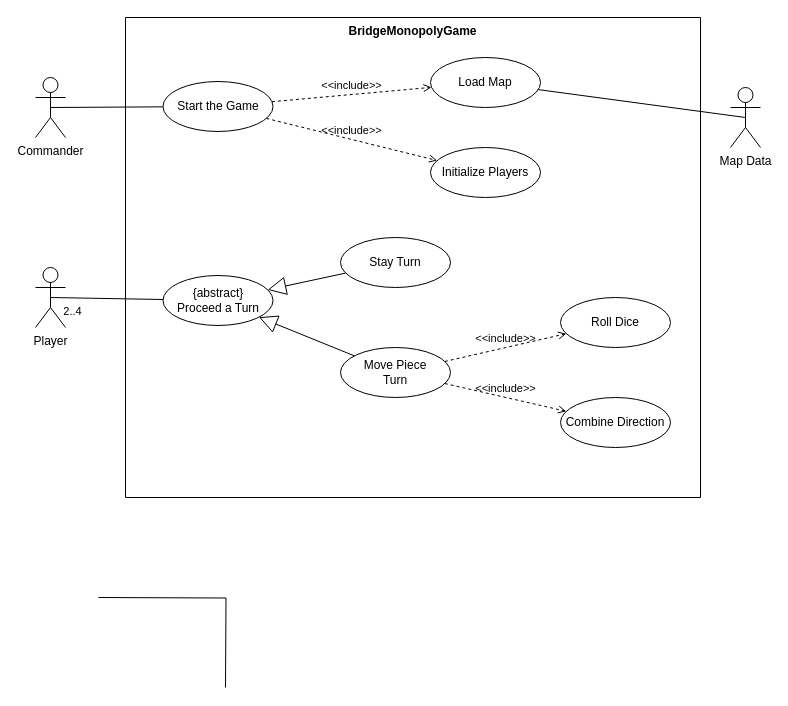
Before: requirements/use_case_model/UseCaseDiagram.drawio in gimangi/Bridge-Monopoly, a draw.io diagram. Source tidied: cells renumbered, new cells numbered last; positions are measured from the earlier drawing's top-left corner, leaving out a move shared by most shapes. Both pictures are drawn from the tidied source at 100%, with x=0, y=0 at pixel (35, 17).
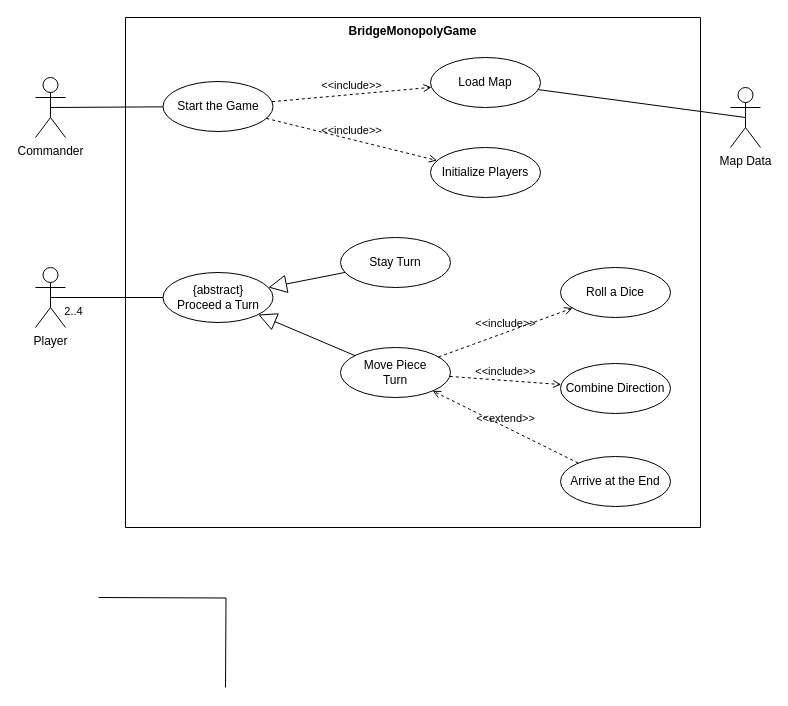
Above is the later version.

The change refers to these unchanged cells:
```xml
<mxCell id="4" value="Move Piece&lt;br&gt;Turn" style="ellipse;whiteSpace=wrap;html=1;" parent="2" vertex="1">
  <mxGeometry x="215" y="330" width="110" height="50" as="geometry" />
</mxCell>
```

Change to the diagram source:
```diff
@@
     <mxCell id="2" value="BridgeMonopolyGame" style="swimlane;startSize=0;verticalAlign=top;" parent="1" vertex="1">
-      <mxGeometry x="90" width="575" height="480" as="geometry" />
+      <mxGeometry x="90" width="575" height="510" as="geometry" />
     </mxCell>
@@
     <mxCell id="6" value="{abstract}&lt;br&gt;Proceed a Turn" style="ellipse;whiteSpace=wrap;html=1;" parent="2" vertex="1">
-      <mxGeometry x="37.5" y="258" width="110" height="50" as="geometry" />
+      <mxGeometry x="37.5" y="255" width="110" height="50" as="geometry" />
     </mxCell>
@@
-    <mxCell id="12" value="Roll Dice" style="ellipse;whiteSpace=wrap;html=1;" parent="2" vertex="1">
-      <mxGeometry x="435" y="280" width="110" height="50" as="geometry" />
+    <mxCell id="12" value="Roll a Dice" style="ellipse;whiteSpace=wrap;html=1;" parent="2" vertex="1">
+      <mxGeometry x="435" y="250" width="110" height="50" as="geometry" />
     </mxCell>
-    <mxCell id="13" value="Combine Direction" style="ellipse;whiteSpace=wrap;html=1;" parent="2" vertex="1">
-      <mxGeometry x="435" y="380" width="110" height="50" as="geometry" />
-    </mxCell>
@@
-    <mxCell id="15" value="&amp;lt;&amp;lt;include&amp;gt;&amp;gt;" style="html=1;verticalAlign=bottom;labelBackgroundColor=none;endArrow=open;endFill=0;dashed=1;rounded=0;" parent="2" edge="1" source="4" target="13">
-      <mxGeometry relative="1" as="geometry" />
-    </mxCell>
@@
+    <mxCell id="25" value="Arrive at the End" style="ellipse;whiteSpace=wrap;html=1;" parent="1" vertex="1">
+      <mxGeometry x="525" y="439" width="110" height="50" as="geometry" />
+    </mxCell>
+    <mxCell id="13" value="Combine Direction" style="ellipse;whiteSpace=wrap;html=1;" parent="1" vertex="1">
+      <mxGeometry x="525" y="346" width="110" height="50" as="geometry" />
+    </mxCell>
+    <mxCell id="15" value="&amp;lt;&amp;lt;include&amp;gt;&amp;gt;" style="html=1;verticalAlign=bottom;labelBackgroundColor=none;endArrow=open;endFill=0;dashed=1;rounded=0;" parent="1" edge="1" source="4" target="13">
+      <mxGeometry relative="1" as="geometry" />
+    </mxCell>
+    <mxCell id="26" value="&amp;lt;&amp;lt;extend&amp;gt;&amp;gt;" style="html=1;verticalAlign=bottom;labelBackgroundColor=none;endArrow=open;endFill=0;dashed=1;rounded=0;" parent="1" edge="1" source="25" target="4">
+      <mxGeometry relative="1" as="geometry" />
+    </mxCell>
```
